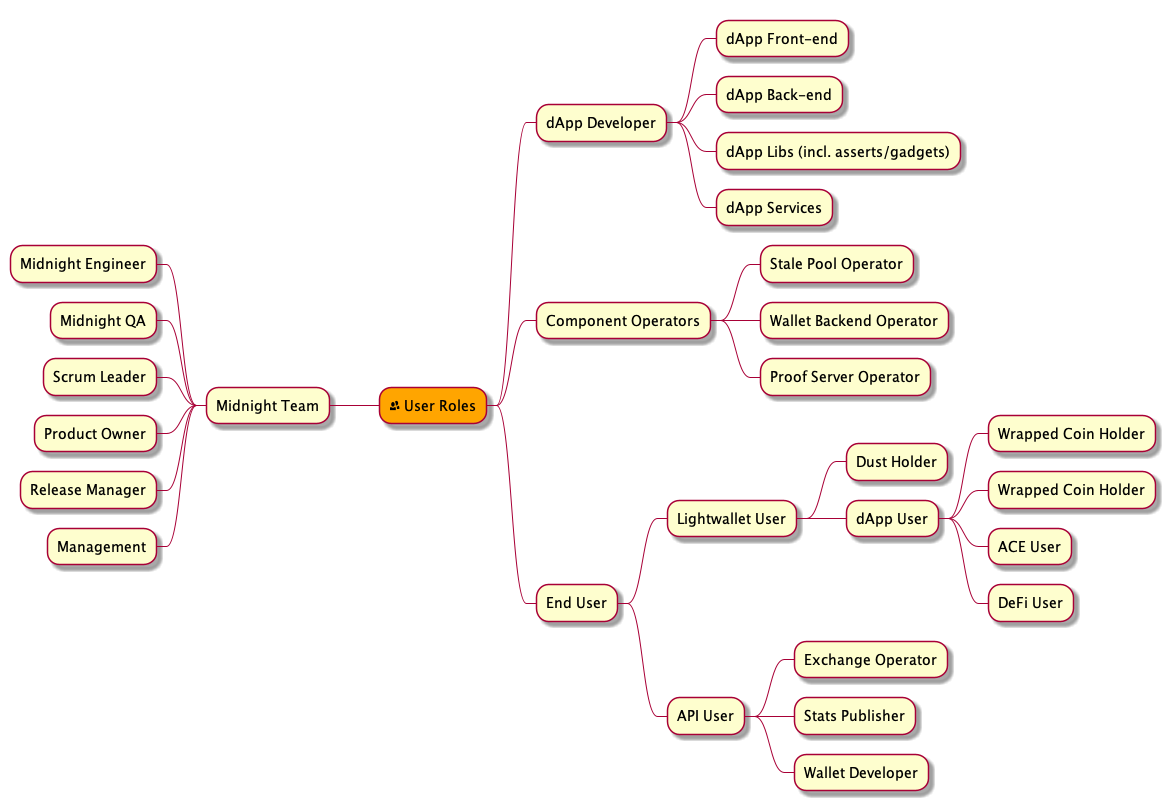
The PlantUML diagram user-flows/roles.png in midnightntwrk/midnight-architecture, before a commit.
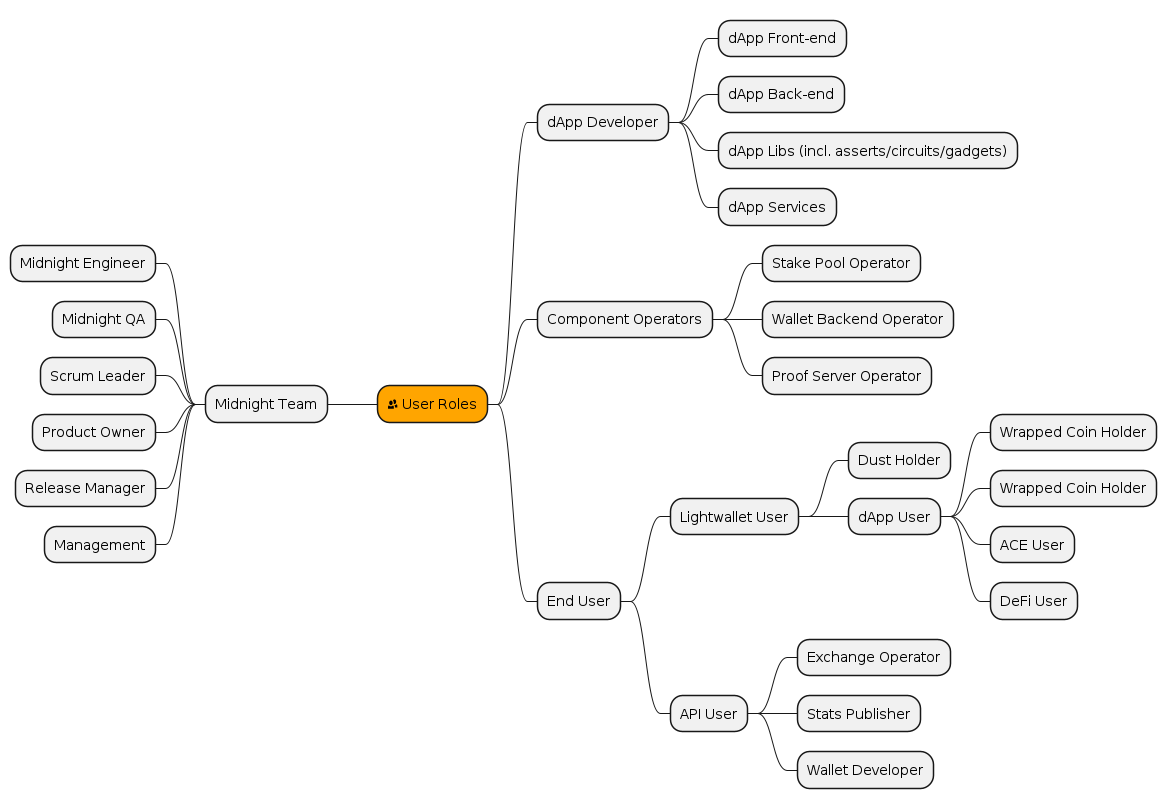
After the commit.

The edit, as a diff of the source:
```diff
@@ -3,10 +3,10 @@
 ++ dApp Developer
 +++ dApp Front-end
 +++ dApp Back-end
-+++ dApp Libs (incl. asserts/gadgets)
++++ dApp Libs (incl. asserts/circuits/gadgets)
 +++ dApp Services
 ++ Component Operators
-+++ Stale Pool Operator
++++ Stake Pool Operator
 +++ Wallet Backend Operator
 +++ Proof Server Operator
 ++ End User
```
